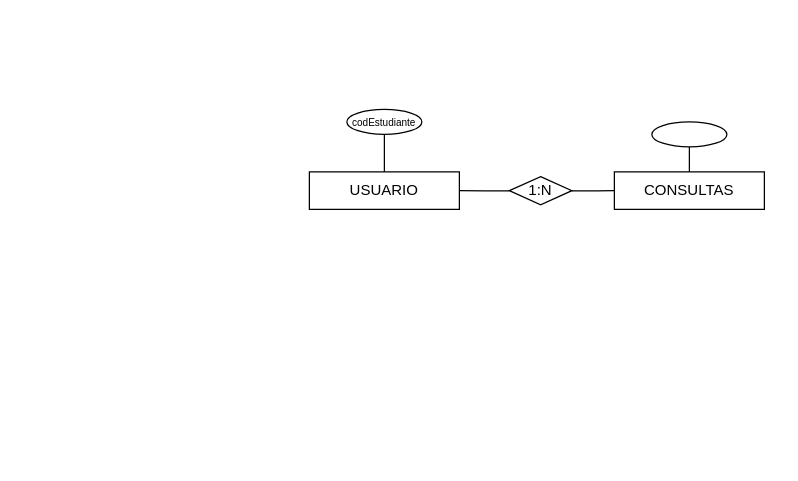
Earlier version of the draw.io diagram Psiconet.drawio (wild-wild/ModeloER-BD). Source tidied: cells renumbered, new cells numbered last; positions are measured from the earlier drawing's top-left corner, leaving out a move shared by most shapes. Both pictures are drawn from the tidied source at 125%, with x=0, y=0 at pixel (309, 109).
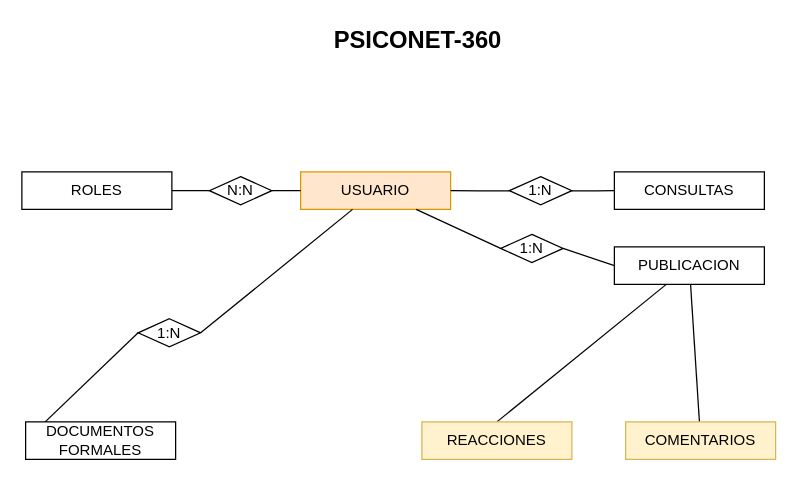
Above is the later version.

The change refers to these unchanged cells:
```xml
<mxCell id="7" value="CONSULTAS" style="rounded=0;whiteSpace=wrap;html=1;" parent="1" vertex="1">
  <mxGeometry x="244" y="50" width="120" height="30" as="geometry" />
</mxCell>
```

Change to the diagram source:
```diff
@@
-    <mxCell id="2" style="edgeStyle=orthogonalEdgeStyle;rounded=0;jettySize=auto;html=1;strokeColor=default;curved=1;shape=wire;dashed=1;endArrow=none;endFill=0;exitX=0.5;exitY=0;exitDx=0;exitDy=0;" parent="1" edge="1" source="6" target="3">
-      <mxGeometry relative="1" as="geometry" />
-    </mxCell>
-    <mxCell id="3" value="&lt;font style=&quot;font-size: 8px;&quot;&gt;codEstudiante&lt;/font&gt;" style="ellipse;whiteSpace=wrap;html=1;" parent="1" vertex="1">
-      <mxGeometry x="30" width="60" height="20" as="geometry" />
-    </mxCell>
-    <mxCell id="4" style="edgeStyle=orthogonalEdgeStyle;rounded=0;jettySize=auto;html=1;entryX=0.5;entryY=1;entryDx=0;entryDy=0;endArrow=none;endFill=0;exitX=0.5;exitY=0;exitDx=0;exitDy=0;" parent="1" edge="1" source="7" target="5">
-      <mxGeometry relative="1" as="geometry" />
-    </mxCell>
-    <mxCell id="5" style="ellipse;whiteSpace=wrap;html=1;" parent="1" vertex="1">
-      <mxGeometry x="274" y="10" width="60" height="20" as="geometry" />
-    </mxCell>
+    <mxCell id="11" style="rounded=0;jettySize=auto;html=1;entryX=0;entryY=0.5;entryDx=0;entryDy=0;endArrow=none;endFill=0;exitX=0;exitY=0.5;exitDx=0;exitDy=0;" parent="1" edge="1" source="19" target="17">
+      <mxGeometry relative="1" as="geometry" />
+    </mxCell>
+    <mxCell id="12" style="edgeStyle=none;shape=connector;rounded=0;jettySize=auto;html=1;entryX=0;entryY=0.5;entryDx=0;entryDy=0;strokeColor=default;align=center;verticalAlign=middle;fontFamily=Helvetica;fontSize=11;fontColor=default;labelBackgroundColor=default;endArrow=none;endFill=0;exitX=1;exitY=0.5;exitDx=0;exitDy=0;" parent="1" edge="1" source="21" target="16">
+      <mxGeometry relative="1" as="geometry" />
+    </mxCell>
+    <mxCell id="13" style="edgeStyle=none;shape=connector;rounded=0;jettySize=auto;html=1;entryX=1;entryY=0.5;entryDx=0;entryDy=0;strokeColor=default;align=center;verticalAlign=middle;fontFamily=Helvetica;fontSize=11;fontColor=default;labelBackgroundColor=default;endArrow=none;endFill=0;exitX=0;exitY=0.5;exitDx=0;exitDy=0;" parent="1" edge="1" source="24" target="22">
+      <mxGeometry relative="1" as="geometry" />
+    </mxCell>
-    <mxCell id="6" value="USUARIO" style="rounded=0;whiteSpace=wrap;html=1;" parent="1" vertex="1">
-      <mxGeometry y="50" width="120" height="30" as="geometry" />
+    <mxCell id="6" value="USUARIO" style="rounded=0;whiteSpace=wrap;html=1;fillColor=#ffe6cc;strokeColor=#d79b00;" parent="1" vertex="1">
+      <mxGeometry x="-7" y="50" width="120" height="30" as="geometry" />
     </mxCell>
@@
+    <mxCell id="14" style="edgeStyle=none;shape=connector;rounded=0;jettySize=auto;html=1;entryX=0.5;entryY=0;entryDx=0;entryDy=0;strokeColor=default;align=center;verticalAlign=middle;fontFamily=Helvetica;fontSize=11;fontColor=default;labelBackgroundColor=default;endArrow=none;endFill=0;" parent="1" edge="1" source="16" target="26">
+      <mxGeometry relative="1" as="geometry" />
+    </mxCell>
+    <mxCell id="15" style="edgeStyle=none;shape=connector;rounded=0;jettySize=auto;html=1;strokeColor=default;align=center;verticalAlign=middle;fontFamily=Helvetica;fontSize=11;fontColor=default;labelBackgroundColor=default;endArrow=none;endFill=0;" parent="1" edge="1" source="16" target="25">
+      <mxGeometry relative="1" as="geometry" />
+    </mxCell>
+    <mxCell id="16" value="PUBLICACION" style="rounded=0;whiteSpace=wrap;html=1;" parent="1" vertex="1">
+      <mxGeometry x="244" y="110" width="120" height="30" as="geometry" />
+    </mxCell>
+    <mxCell id="17" value="DOCUMENTOS&lt;div&gt;FORMALES&lt;/div&gt;" style="rounded=0;whiteSpace=wrap;html=1;" parent="1" vertex="1">
+      <mxGeometry x="-227" y="250" width="120" height="30" as="geometry" />
+    </mxCell>
+    <mxCell id="18" style="rounded=0;jettySize=auto;html=1;entryX=1;entryY=0.5;entryDx=0;entryDy=0;endArrow=none;endFill=0;" parent="1" edge="1" source="6" target="19">
+      <mxGeometry relative="1" as="geometry" />
+    </mxCell>
+    <mxCell id="19" value="1:N" style="shape=rhombus;perimeter=rhombusPerimeter;whiteSpace=wrap;html=1;align=center;" parent="1" vertex="1">
+      <mxGeometry x="-137" y="167.5" width="50" height="22.5" as="geometry" />
+    </mxCell>
+    <mxCell id="20" style="edgeStyle=none;shape=connector;rounded=0;jettySize=auto;html=1;entryX=0;entryY=0.5;entryDx=0;entryDy=0;strokeColor=default;align=center;verticalAlign=middle;fontFamily=Helvetica;fontSize=11;fontColor=default;labelBackgroundColor=default;endArrow=none;endFill=0;" parent="1" edge="1" source="6" target="21">
+      <mxGeometry relative="1" as="geometry" />
+    </mxCell>
+    <mxCell id="21" value="1:N" style="shape=rhombus;perimeter=rhombusPerimeter;whiteSpace=wrap;html=1;align=center;" parent="1" vertex="1">
+      <mxGeometry x="153" y="100" width="50" height="22.5" as="geometry" />
+    </mxCell>
+    <mxCell id="22" value="ROLES" style="rounded=0;whiteSpace=wrap;html=1;" parent="1" vertex="1">
+      <mxGeometry x="-230" y="50" width="120" height="30" as="geometry" />
+    </mxCell>
+    <mxCell id="23" style="edgeStyle=none;shape=connector;rounded=0;jettySize=auto;html=1;entryX=1;entryY=0.5;entryDx=0;entryDy=0;strokeColor=default;align=center;verticalAlign=middle;fontFamily=Helvetica;fontSize=11;fontColor=default;labelBackgroundColor=default;endArrow=none;endFill=0;" parent="1" edge="1" source="6" target="24">
+      <mxGeometry relative="1" as="geometry" />
+    </mxCell>
+    <mxCell id="24" value="N:N" style="shape=rhombus;perimeter=rhombusPerimeter;whiteSpace=wrap;html=1;align=center;" parent="1" vertex="1">
+      <mxGeometry x="-80" y="53.8" width="50" height="22.5" as="geometry" />
+    </mxCell>
+    <mxCell id="25" value="COMENTARIOS" style="rounded=0;whiteSpace=wrap;html=1;fillColor=#fff2cc;strokeColor=#d6b656;" parent="1" vertex="1">
+      <mxGeometry x="253" y="250" width="120" height="30" as="geometry" />
+    </mxCell>
+    <mxCell id="26" value="REACCIONES" style="rounded=0;whiteSpace=wrap;html=1;fillColor=#fff2cc;strokeColor=#d6b656;" parent="1" vertex="1">
+      <mxGeometry x="90" y="250" width="120" height="30" as="geometry" />
+    </mxCell>
+    <mxCell id="27" value="&lt;b&gt;&lt;font style=&quot;font-size: 19px;&quot;&gt;PSICONET-360&lt;/font&gt;&lt;/b&gt;" style="text;html=1;align=center;verticalAlign=middle;whiteSpace=wrap;rounded=0;fontFamily=Helvetica;fontSize=11;fontColor=default;labelBackgroundColor=default;" parent="1" vertex="1">
+      <mxGeometry x="9" y="-70" width="156" height="30" as="geometry" />
+    </mxCell>
```
